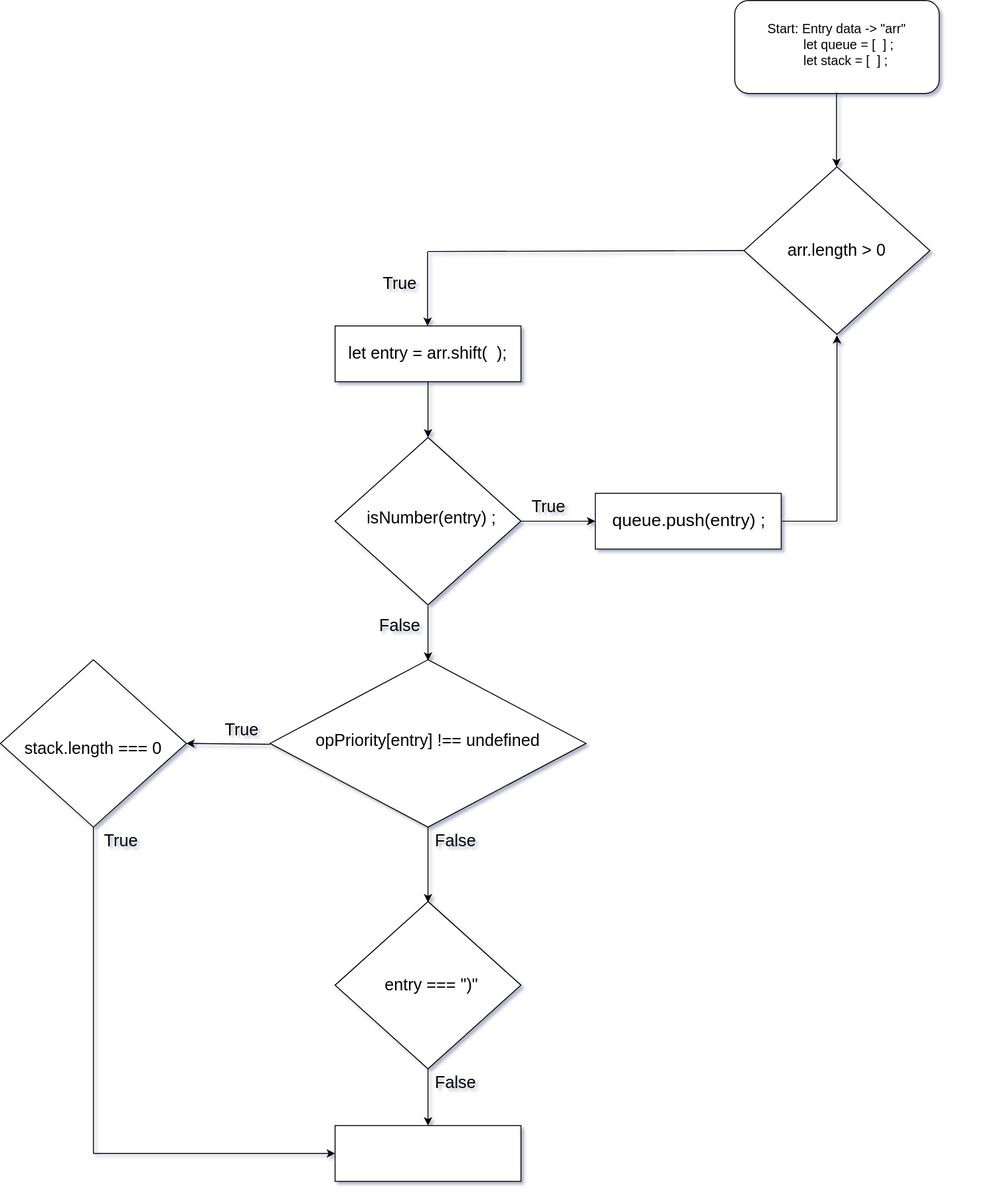
Earlier version of the draw.io export Untitled Diagram.drawio.svg (jcgm3205/jcgm3205). Source tidied: cells renumbered, new cells last; positions are measured from the earlier drawing's top-left corner, leaving out a move shared by most shapes.
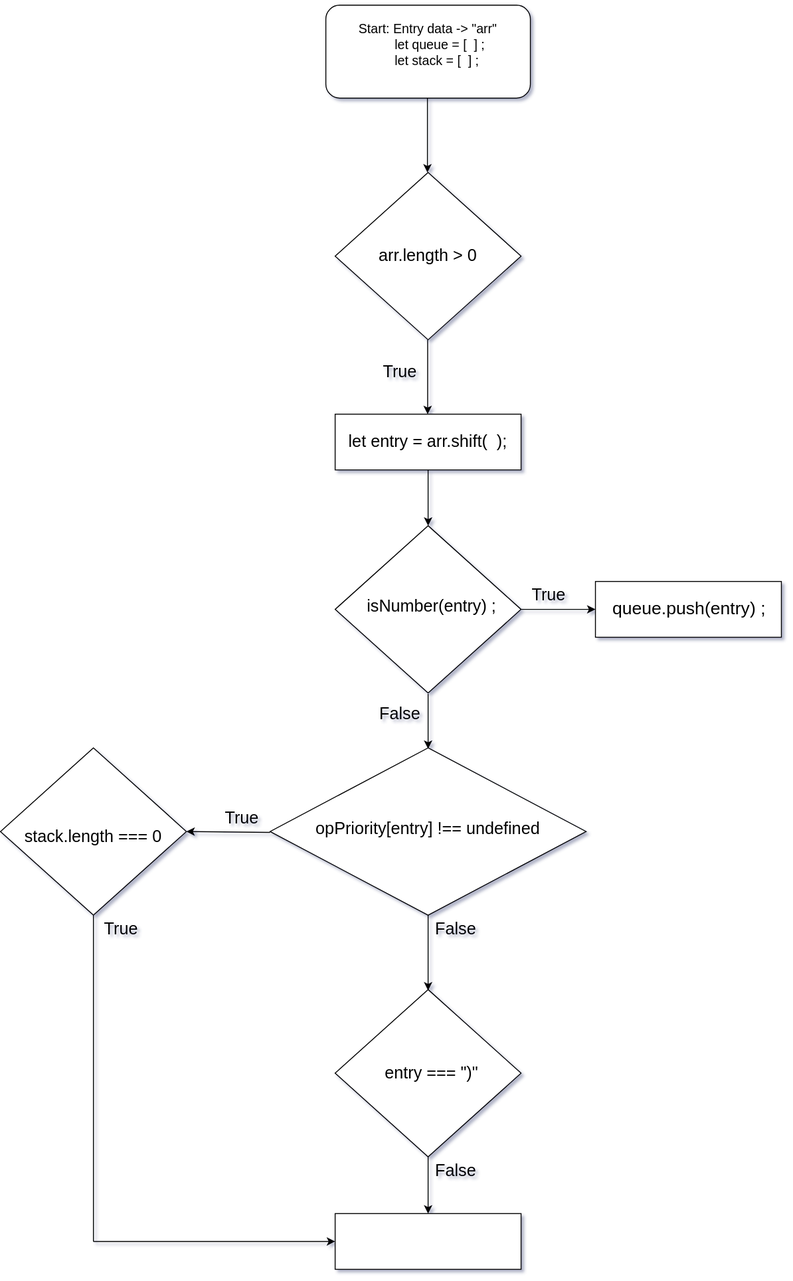
The same diagram one commit later.

Change to the diagram source:
```diff
@@ -3,22 +3,22 @@
     <mxCell id="0" />
     <mxCell id="1" parent="0" />
     <mxCell id="2" style="rounded=1;whiteSpace=wrap;html=1;" parent="1" vertex="1">
-      <mxGeometry x="790" width="220" height="100" as="geometry" />
+      <mxGeometry x="350" y="-90" width="220" height="100" as="geometry" />
     </mxCell>
     <mxCell id="3" value="&lt;font&gt;&lt;span style=&quot;font-size: 14px&quot;&gt;Start: Entry data -&amp;gt; &quot;arr&quot;&lt;/span&gt;&lt;br&gt;&lt;div style=&quot;text-align: left&quot;&gt;&lt;span style=&quot;font-size: 14px&quot;&gt;&amp;nbsp; &amp;nbsp; &amp;nbsp; &amp;nbsp; &amp;nbsp; let queue = [&amp;nbsp; ] ;&lt;/span&gt;&lt;/div&gt;&lt;div style=&quot;text-align: left&quot;&gt;&lt;span style=&quot;font-size: 14px&quot;&gt;&amp;nbsp; &amp;nbsp; &amp;nbsp; &amp;nbsp; &amp;nbsp; let stack = [&amp;nbsp; ] ;&lt;/span&gt;&lt;/div&gt;&lt;br&gt;&lt;/font&gt;" style="text;html=1;strokeColor=none;fillColor=none;align=center;verticalAlign=middle;whiteSpace=wrap;rounded=0;" parent="1" vertex="1">
-      <mxGeometry x="750" width="300" height="110" as="geometry" />
+      <mxGeometry x="310" y="-95" width="300" height="110" as="geometry" />
     </mxCell>
     <mxCell id="4" style="endArrow=classic;html=1;rounded=0;fontSize=14;" parent="1" edge="1">
       <mxGeometry relative="1" as="geometry">
-        <mxPoint x="899.5" y="99" as="sourcePoint" />
-        <mxPoint x="899.5" y="179" as="targetPoint" />
+        <mxPoint x="459.3" y="10" as="sourcePoint" />
+        <mxPoint x="459.3" y="90" as="targetPoint" />
       </mxGeometry>
     </mxCell>
     <mxCell id="5" style="rhombus;whiteSpace=wrap;html=1;fontSize=14;" parent="1" vertex="1">
-      <mxGeometry x="800" y="179" width="200" height="180" as="geometry" />
+      <mxGeometry x="360" y="90" width="200" height="180" as="geometry" />
     </mxCell>
     <mxCell id="6" value="&lt;font style=&quot;font-size: 18px&quot;&gt;arr.length &amp;gt; 0&lt;/font&gt;" style="text;html=1;strokeColor=none;fillColor=none;align=center;verticalAlign=middle;whiteSpace=wrap;rounded=0;fontSize=14;" parent="1" vertex="1">
-      <mxGeometry x="840" y="219" width="120" height="100" as="geometry" />
+      <mxGeometry x="400" y="130" width="120" height="100" as="geometry" />
     </mxCell>
     <mxCell id="7" style="endArrow=classic;html=1;rounded=0;fontSize=14;" parent="1" edge="1">
       <mxGeometry relative="1" as="geometry">
@@ -64,11 +64,6 @@
     <mxCell id="18" style="rhombus;whiteSpace=wrap;html=1;fontSize=14;" parent="1" vertex="1">
       <mxGeometry y="709" width="200" height="180" as="geometry" />
     </mxCell>
-    <mxCell id="19" style="endArrow=none;html=1;rounded=0;exitX=0;exitY=0.5;exitDx=0;exitDy=0;" parent="1" edge="1" source="5">
-      <mxGeometry relative="1" as="geometry">
-        <mxPoint x="460" y="270" as="targetPoint" />
-      </mxGeometry>
-    </mxCell>
     <mxCell id="20" style="endArrow=classic;html=1;rounded=0;" parent="1" edge="1">
       <mxGeometry relative="1" as="geometry">
         <mxPoint x="460" y="410" as="sourcePoint" />
@@ -90,18 +85,6 @@
     <mxCell id="24" value="&lt;font style=&quot;font-size: 19px&quot;&gt;queue.push(entry) ;&lt;/font&gt;" style="text;html=1;strokeColor=none;fillColor=none;align=center;verticalAlign=middle;whiteSpace=wrap;rounded=0;" parent="1" vertex="1">
       <mxGeometry x="641" y="530" width="200" height="60" as="geometry" />
     </mxCell>
-    <mxCell id="25" style="endArrow=classic;html=1;rounded=0;fontSize=19;" parent="1" edge="1">
-      <mxGeometry relative="1" as="geometry">
-        <mxPoint x="900" y="560" as="sourcePoint" />
-        <mxPoint x="900" y="360" as="targetPoint" />
-      </mxGeometry>
-    </mxCell>
-    <mxCell id="26" style="endArrow=none;html=1;rounded=0;fontSize=19;" parent="1" edge="1">
-      <mxGeometry relative="1" as="geometry">
-        <mxPoint x="841" y="560" as="sourcePoint" />
-        <mxPoint x="900" y="560" as="targetPoint" />
-      </mxGeometry>
-    </mxCell>
     <mxCell id="27" style="endArrow=classic;html=1;rounded=0;fontSize=18;" parent="1" edge="1">
       <mxGeometry relative="1" as="geometry">
         <mxPoint x="460" y="889" as="sourcePoint" />
```
